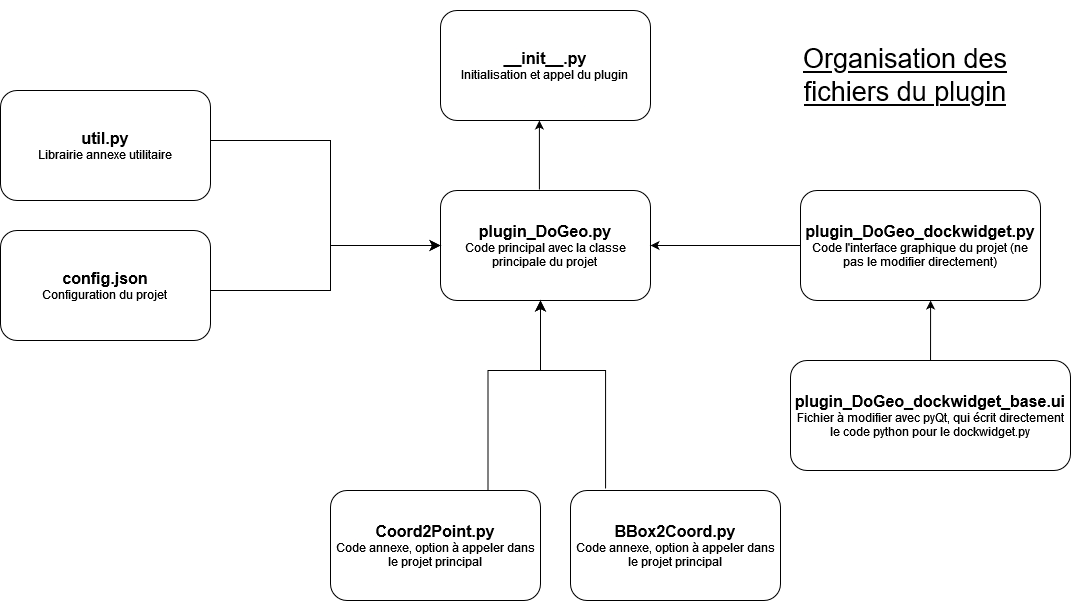
Before: Diag_act_plugin_general.drawio.png, a diagram exported from draw.io (leonielrx/ProjetInfo_DoGeo). Source tidied: cells renumbered, new cells last; positions are measured from the earlier drawing's top-left corner, leaving out a move shared by most shapes.
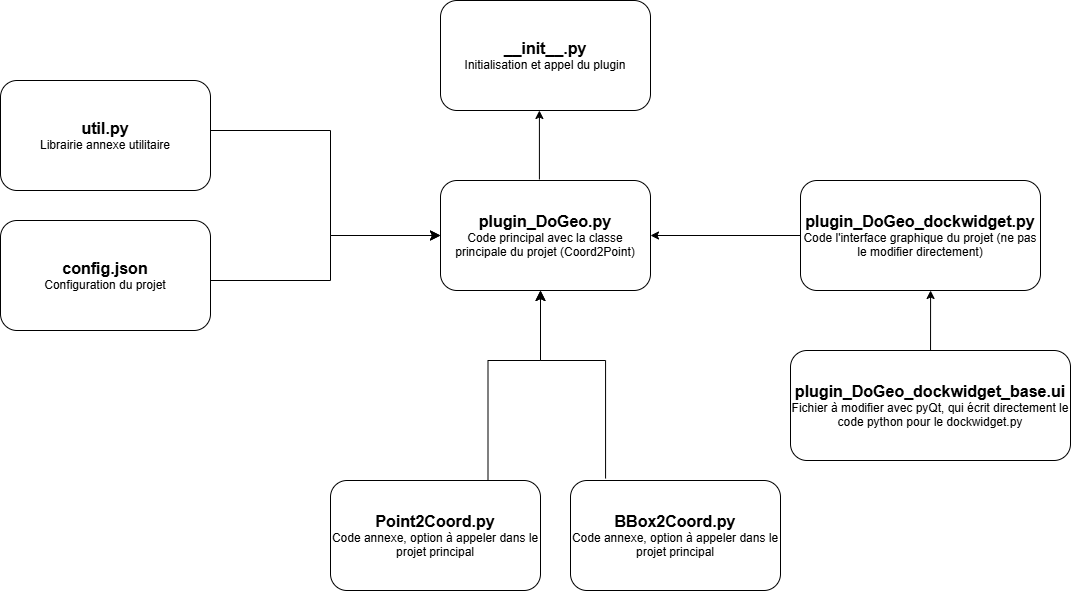
Above is the later version.

Commit message:
Mettre à jour Diag_act_plugin_general.drawio.png

Diff of the diagram source:
```diff
@@ -2,10 +2,7 @@
   <root>
     <mxCell id="0" />
     <mxCell id="1" parent="0" />
-    <mxCell id="2" value="Organisation des fichiers du plugin " style="text;html=1;align=center;verticalAlign=middle;whiteSpace=wrap;rounded=0;fontSize=27;fontStyle=4;" parent="1" vertex="1">
-      <mxGeometry x="760" width="290" height="150" as="geometry" />
-    </mxCell>
-    <mxCell id="3" value="&lt;div&gt;&lt;b&gt;&lt;font style=&quot;font-size: 16px;&quot;&gt;plugin_DoGeo.py&lt;/font&gt;&lt;/b&gt;&lt;/div&gt;&lt;div&gt;Code principal avec la classe principale du projet&lt;br&gt;&lt;/div&gt;" style="rounded=1;whiteSpace=wrap;html=1;" parent="1" vertex="1">
+    <mxCell id="3" value="&lt;div&gt;&lt;b&gt;&lt;font style=&quot;font-size: 16px;&quot;&gt;plugin_DoGeo.py&lt;/font&gt;&lt;/b&gt;&lt;/div&gt;&lt;div&gt;Code principal avec la classe principale du projet (Coord2Point)&lt;br&gt;&lt;/div&gt;" style="rounded=1;whiteSpace=wrap;html=1;" parent="1" vertex="1">
       <mxGeometry x="440" y="190" width="210" height="110" as="geometry" />
     </mxCell>
     <mxCell id="4" value="&lt;div&gt;&lt;b&gt;&lt;font style=&quot;font-size: 16px;&quot;&gt;__init__.py&lt;/font&gt;&lt;/b&gt;&lt;/div&gt;&lt;div&gt;Initialisation et appel du plugin&lt;br&gt;&lt;/div&gt;" style="rounded=1;whiteSpace=wrap;html=1;" parent="1" vertex="1">
@@ -23,7 +20,7 @@
     <mxCell id="8" style="endArrow=classic;html=1;rounded=0;entryX=0.542;entryY=1;entryDx=0;entryDy=0;entryPerimeter=0;" parent="1" edge="1" source="7" target="6">
       <mxGeometry relative="1" as="geometry" />
     </mxCell>
-    <mxCell id="9" value="&lt;div&gt;&lt;b&gt;&lt;font style=&quot;font-size: 16px;&quot;&gt;Coord2Point.py&lt;/font&gt;&lt;/b&gt;&lt;/div&gt;&lt;div&gt;Code annexe, option à appeler dans le projet principal&lt;br&gt;&lt;/div&gt;" style="rounded=1;whiteSpace=wrap;html=1;" parent="1" vertex="1">
+    <mxCell id="9" value="&lt;div&gt;&lt;b&gt;&lt;font style=&quot;font-size: 16px;&quot;&gt;Point2Coord.py&lt;/font&gt;&lt;/b&gt;&lt;/div&gt;&lt;div&gt;Code annexe, option à appeler dans le projet principal&lt;br&gt;&lt;/div&gt;" style="rounded=1;whiteSpace=wrap;html=1;" parent="1" vertex="1">
       <mxGeometry x="330" y="490" width="210" height="110" as="geometry" />
     </mxCell>
     <mxCell id="10" value="&lt;div&gt;&lt;b&gt;&lt;font style=&quot;font-size: 16px;&quot;&gt;BBox2Coord.py&lt;/font&gt;&lt;/b&gt;&lt;/div&gt;&lt;div&gt;Code annexe, option à appeler dans le projet principal&lt;br&gt;&lt;/div&gt;" style="rounded=1;whiteSpace=wrap;html=1;" parent="1" vertex="1">
```
